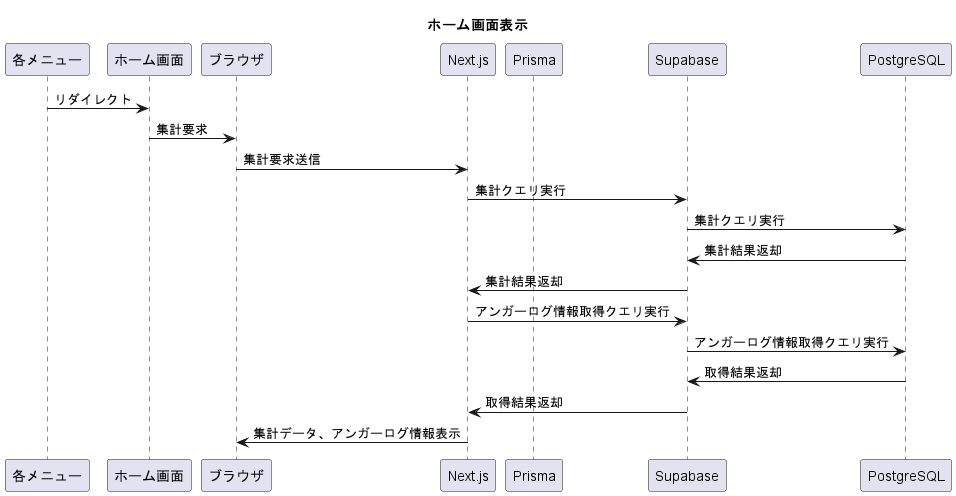
washogo/angerLogApp keeps this PlantUML diagram as uml/out/angerLog/pageHome/pageHome.png. Above is the earlier version.
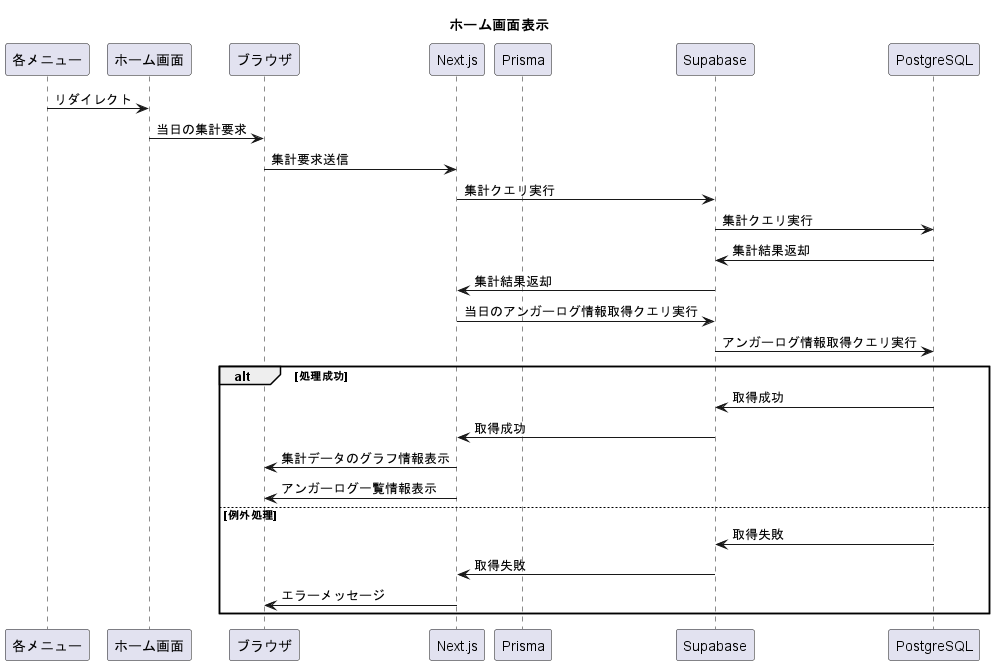
Above is the later version.

Change to the diagram source:
```diff
@@ -9,16 +9,23 @@
 participant PostgreSQL
 
 各メニュー -> ホーム画面: リダイレクト
-ホーム画面 -> ブラウザ: 集計要求
+ホーム画面 -> ブラウザ: 当日の集計要求
 ブラウザ -> Next.js: 集計要求送信
 Next.js -> Supabase: 集計クエリ実行
 Supabase -> PostgreSQL: 集計クエリ実行
 PostgreSQL -> Supabase: 集計結果返却
 Supabase -> Next.js: 集計結果返却
-Next.js -> Supabase: アンガーログ情報取得クエリ実行
+Next.js -> Supabase: 当日のアンガーログ情報取得クエリ実行
 Supabase -> PostgreSQL: アンガーログ情報取得クエリ実行
-PostgreSQL -> Supabase: 取得結果返却
-Supabase -> Next.js: 取得結果返却
-Next.js -> ブラウザ: 集計データ、アンガーログ情報表示
+alt 処理成功
+  PostgreSQL -> Supabase: 取得成功
+  Supabase -> Next.js: 取得成功
+  Next.js -> ブラウザ: 集計データのグラフ情報表示
+  Next.js -> ブラウザ: アンガーログ一覧情報表示
+else 例外処理
+  PostgreSQL -> Supabase: 取得失敗
+  Supabase -> Next.js: 取得失敗
+  Next.js -> ブラウザ: エラーメッセージ
+end
 
 @enduml
```
